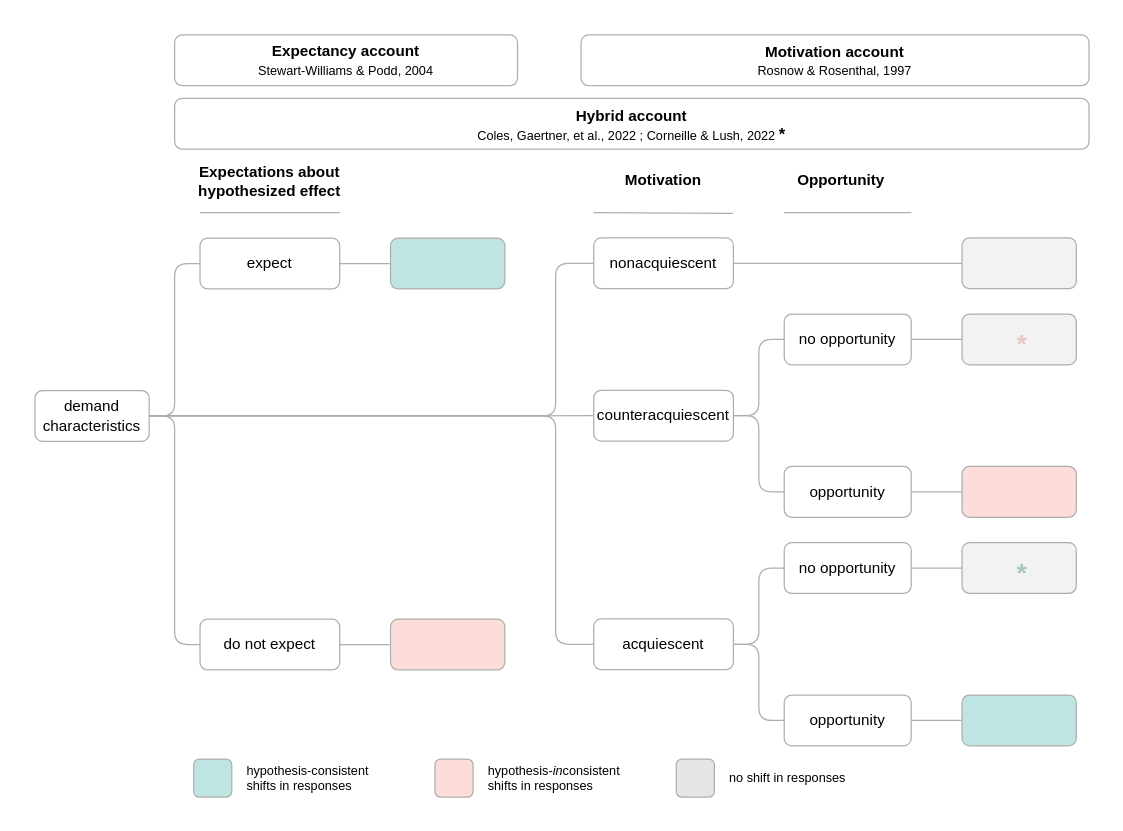
Before: page "FrameworkFigure" (1 of 9) of images/metaware_figures.drawio in ColesNicholas/metaware, a draw.io diagram. Source tidied: cells renumbered, new cells numbered last; positions are measured from the earlier drawing's top-left corner, leaving out a move shared by most shapes. Both pictures are drawn from the tidied source at 127%, with x=0, y=0 at pixel (22, 22).
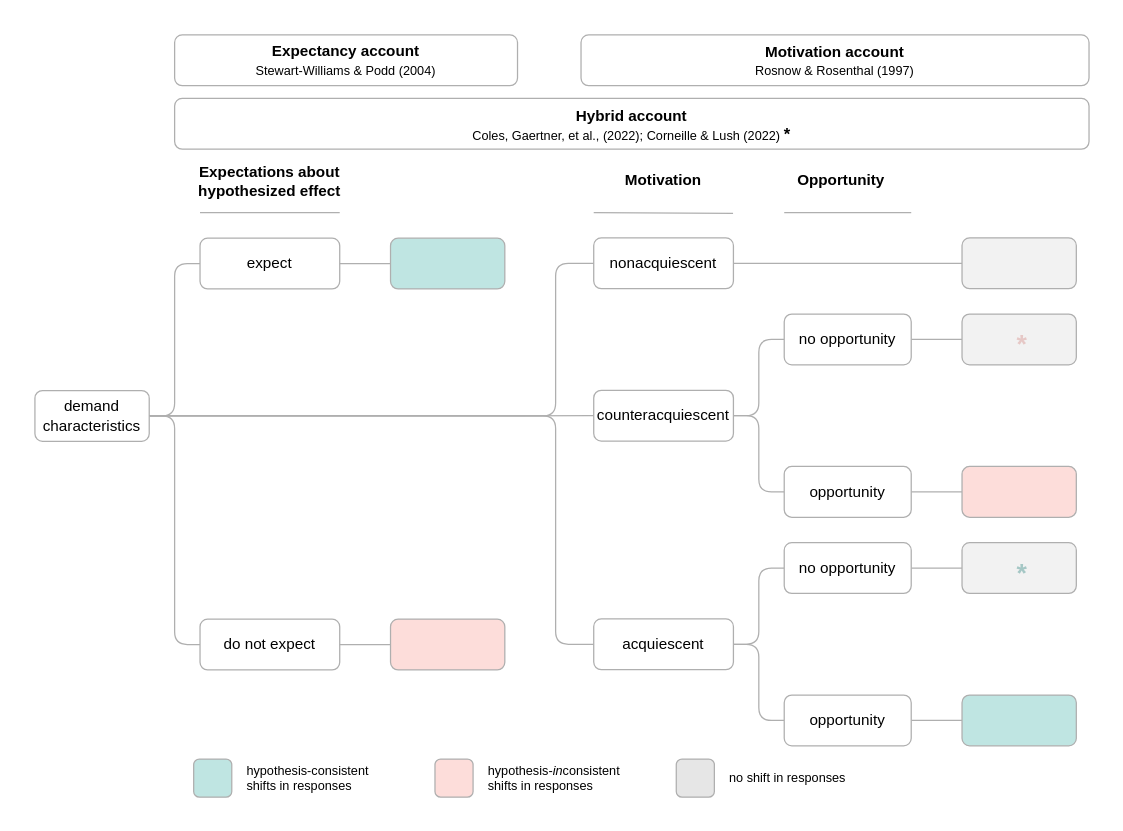
After the change.

Commit message (it also covers changes not shown here):
Updated metaware figure

The edit, as a diff of the source:
```diff
@@
-    <mxCell id="26" value="&lt;span style=&quot;border-color: var(--border-color);&quot;&gt;&lt;b style=&quot;font-weight: bold; border-color: var(--border-color);&quot;&gt;Expectancy account&lt;br style=&quot;border-color: var(--border-color);&quot;&gt;&lt;/b&gt;&lt;font style=&quot;font-size: 10px;&quot;&gt;Stewart-Williams &amp;amp; Podd, 2004&lt;/font&gt;&lt;br style=&quot;border-color: var(--border-color);&quot;&gt;&lt;/span&gt;" style="text;html=1;strokeColor=#AFAFAF;fillColor=none;align=center;verticalAlign=middle;whiteSpace=wrap;rounded=1;fontStyle=0;fontColor=#000000;" parent="1" vertex="1">
+    <mxCell id="26" value="&lt;span style=&quot;border-color: var(--border-color);&quot;&gt;&lt;b style=&quot;font-weight: bold; border-color: var(--border-color);&quot;&gt;Expectancy account&lt;br style=&quot;border-color: var(--border-color);&quot;&gt;&lt;/b&gt;&lt;font style=&quot;font-size: 10px;&quot;&gt;Stewart-Williams &amp;amp; Podd (2004)&lt;/font&gt;&lt;br style=&quot;border-color: var(--border-color);&quot;&gt;&lt;/span&gt;" style="text;html=1;strokeColor=#AFAFAF;fillColor=none;align=center;verticalAlign=middle;whiteSpace=wrap;rounded=1;fontStyle=0;fontColor=#000000;" parent="1" vertex="1">
       <mxGeometry x="120" y="10" width="270" height="40" as="geometry" />
     </mxCell>
@@
-    <mxCell id="43" value="&lt;b&gt;Hybrid account&lt;br&gt;&lt;/b&gt;&lt;span style=&quot;font-size: 10px;&quot;&gt;Coles, Gaertner, et al., 2022 ; Corneille &amp;amp; Lush, 2022&amp;nbsp;&lt;/span&gt;&lt;font size=&quot;1&quot; style=&quot;&quot;&gt;&lt;b style=&quot;font-size: 13px;&quot;&gt;*&lt;/b&gt;&lt;/font&gt;&lt;b&gt;&lt;br&gt;&lt;/b&gt;" style="text;html=1;strokeColor=#AFAFAF;fillColor=none;align=center;verticalAlign=top;whiteSpace=wrap;rounded=1;fontStyle=0;fontColor=#000000;" parent="1" vertex="1">
+    <mxCell id="43" value="&lt;b&gt;Hybrid account&lt;br&gt;&lt;/b&gt;&lt;span style=&quot;font-size: 10px;&quot;&gt;Coles, Gaertner, et al., (2022); Corneille &amp;amp; Lush (2022)&amp;nbsp;&lt;/span&gt;&lt;font size=&quot;1&quot; style=&quot;&quot;&gt;&lt;b style=&quot;font-size: 13px;&quot;&gt;*&lt;/b&gt;&lt;/font&gt;&lt;b&gt;&lt;br&gt;&lt;/b&gt;" style="text;html=1;strokeColor=#AFAFAF;fillColor=none;align=center;verticalAlign=top;whiteSpace=wrap;rounded=1;fontStyle=0;fontColor=#000000;" parent="1" vertex="1">
       <mxGeometry x="120" y="60" width="720" height="40" as="geometry" />
     </mxCell>
@@
-    <mxCell id="50" value="&lt;b&gt;Motivation account&lt;br&gt;&lt;/b&gt;&lt;span style=&quot;font-size: 10px;&quot;&gt;Rosnow &amp;amp; Rosenthal, 1997&lt;/span&gt;&lt;b&gt;&lt;br&gt;&lt;/b&gt;" style="text;html=1;strokeColor=#AFAFAF;fillColor=none;align=center;verticalAlign=top;whiteSpace=wrap;rounded=1;fontStyle=0;fontColor=#000000;" parent="1" vertex="1">
+    <mxCell id="50" value="&lt;b&gt;Motivation account&lt;br&gt;&lt;/b&gt;&lt;span style=&quot;font-size: 10px;&quot;&gt;Rosnow &amp;amp; Rosenthal (1997)&lt;/span&gt;&lt;b&gt;&lt;br&gt;&lt;/b&gt;" style="text;html=1;strokeColor=#AFAFAF;fillColor=none;align=center;verticalAlign=top;whiteSpace=wrap;rounded=1;fontStyle=0;fontColor=#000000;" parent="1" vertex="1">
       <mxGeometry x="440" y="10" width="400" height="40" as="geometry" />
     </mxCell>
```
